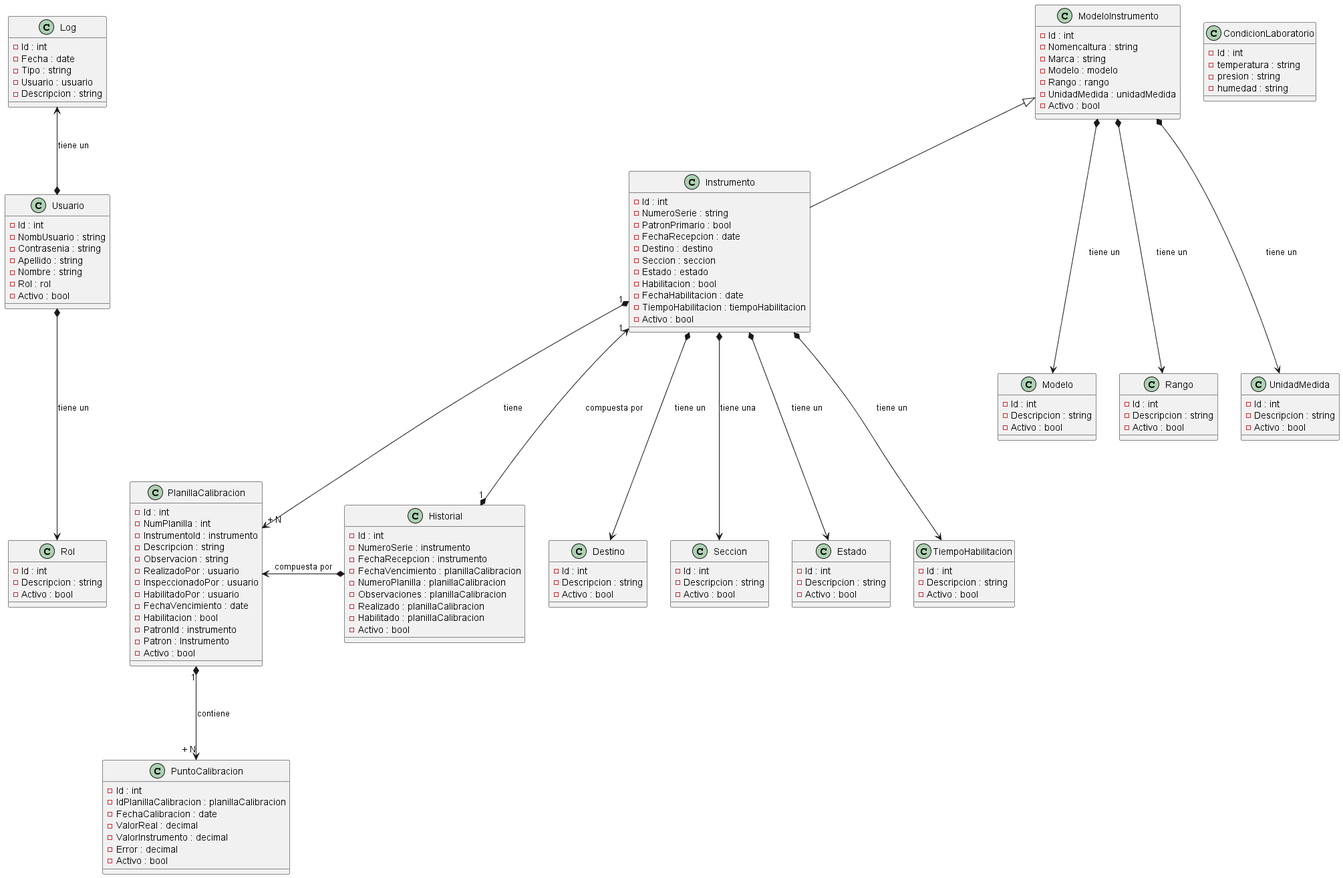
The PlantUML diagram UTD/docs/imagenes/Modelo de Dominio.png in Ulises-Guzman/Sistema_UTD, before a commit.
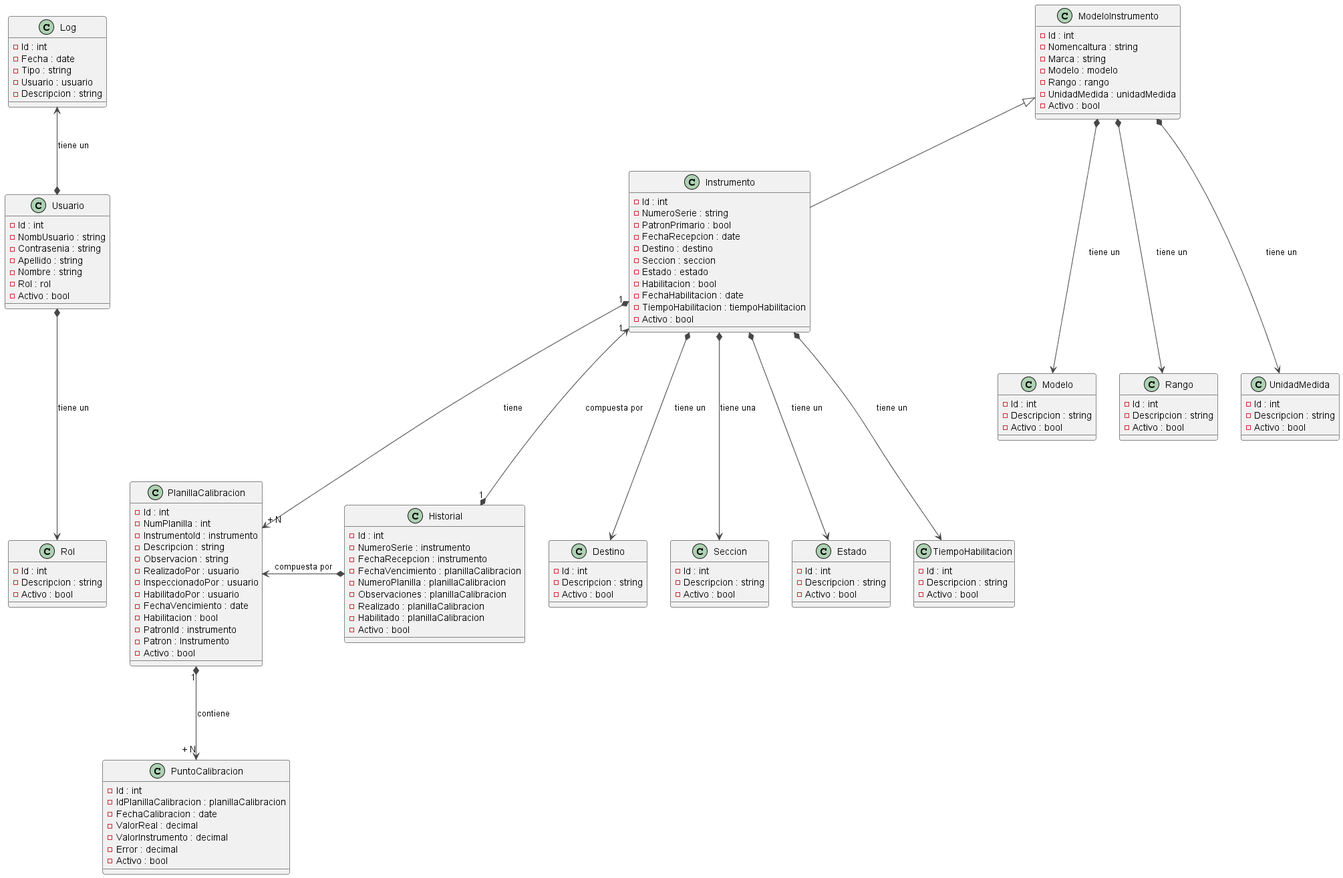
After the change.

Commit message:
fix(docs): Actualizar Modelo de dominio

The edit, as a diff of the source:
```diff
@@ -1,4 +1,6 @@
 @startuml Modelo de Dominio
+!theme vibrant
+
 
 class ModeloInstrumento {
   - Id : int
@@ -104,13 +106,6 @@
   - Activo : bool
 }
 
-class CondicionLaboratorio {
-  - Id : int
-  - temperatura : string
-  - presion : string
-  - humedad : string
-}
-
 class Log {
   - Id : int
   - Fecha : date
```
